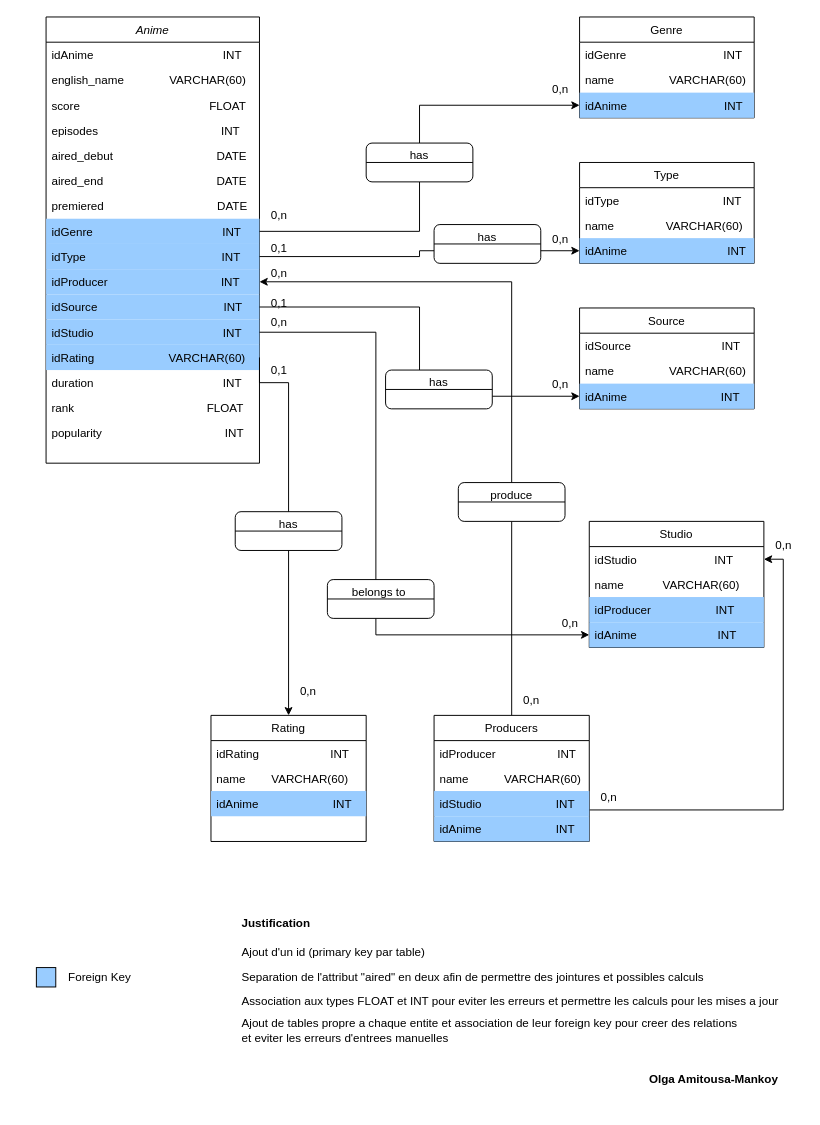
Earlier version of the draw.io diagram sql/diagram_anime.drawio (aglorhythm/-girly--devops-deployments). Source tidied: cells renumbered, new cells numbered last; positions are measured from the earlier drawing's top-left corner, leaving out a move shared by most shapes. Both pictures are drawn from the tidied source at 97%, with x=0, y=0 at pixel (36, 16).
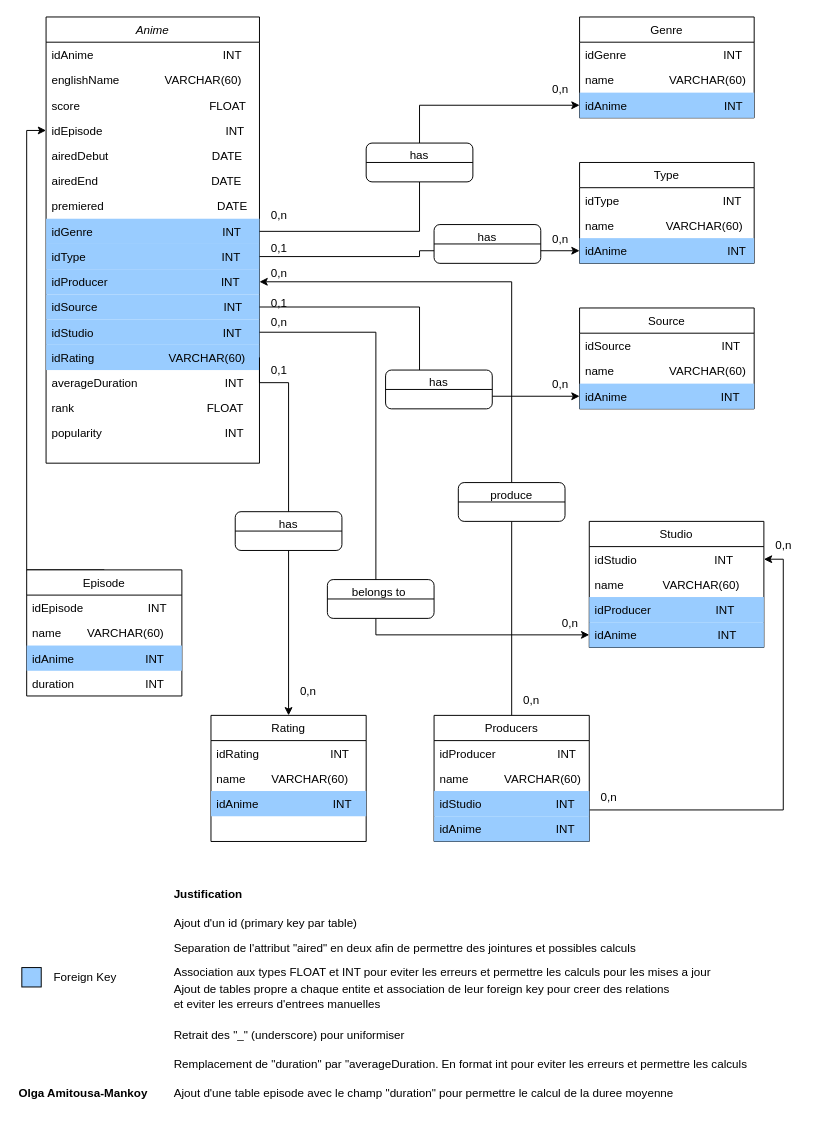
The same diagram, later.

Commit message:
Ajout d'une table diagram_anime.drawio

The change refers to these unchanged cells:
```xml
<mxCell id="2" value="Anime" style="swimlane;fontStyle=2;align=center;verticalAlign=top;horizontal=1;startSize=26;rounded=0;shadow=0;strokeWidth=1;" parent="1" vertex="1">
  <mxGeometry x="10" width="220" height="460" as="geometry" />
</mxCell>
```

Diff of the diagram source:
```diff
@@
-    <mxCell id="4" value="english_name              VARCHAR(60)" style="text;align=left;verticalAlign=top;spacingLeft=4;spacingRight=4;overflow=hidden;rounded=0;shadow=0;html=0;" parent="2" vertex="1">
+    <mxCell id="4" value="englishName              VARCHAR(60)" style="text;align=left;verticalAlign=top;spacingLeft=4;spacingRight=4;overflow=hidden;rounded=0;shadow=0;html=0;" parent="2" vertex="1">
       <mxGeometry y="52" width="220" height="26" as="geometry" />
     </mxCell>
@@
-    <mxCell id="6" value="episodes                                      INT" style="text;align=left;verticalAlign=top;spacingLeft=4;spacingRight=4;overflow=hidden;points=[[0,0.5],[1,0.5]];portConstraint=eastwest;rounded=0;shadow=0;html=0;" parent="2" vertex="1">
+    <mxCell id="6" value="idEpisode                                      INT" style="text;align=left;verticalAlign=top;spacingLeft=4;spacingRight=4;overflow=hidden;points=[[0,0.5],[1,0.5]];portConstraint=eastwest;rounded=0;shadow=0;html=0;" parent="2" vertex="1">
       <mxGeometry y="104" width="220" height="26" as="geometry" />
     </mxCell>
-    <mxCell id="7" value="aired_debut                                DATE" style="text;align=left;verticalAlign=top;spacingLeft=4;spacingRight=4;overflow=hidden;rounded=0;shadow=0;html=0;" parent="2" vertex="1">
+    <mxCell id="7" value="airedDebut                                DATE" style="text;align=left;verticalAlign=top;spacingLeft=4;spacingRight=4;overflow=hidden;rounded=0;shadow=0;html=0;" parent="2" vertex="1">
       <mxGeometry y="130" width="220" height="26" as="geometry" />
     </mxCell>
-    <mxCell id="8" value="aired_end                                   DATE" style="text;align=left;verticalAlign=top;spacingLeft=4;spacingRight=4;overflow=hidden;rounded=0;shadow=0;html=0;" parent="2" vertex="1">
+    <mxCell id="8" value="airedEnd                                   DATE" style="text;align=left;verticalAlign=top;spacingLeft=4;spacingRight=4;overflow=hidden;rounded=0;shadow=0;html=0;" parent="2" vertex="1">
       <mxGeometry y="156" width="220" height="26" as="geometry" />
     </mxCell>
@@
-    <mxCell id="16" value="duration                                        INT" style="text;align=left;verticalAlign=top;spacingLeft=4;spacingRight=4;overflow=hidden;rounded=0;shadow=0;html=0;fillColor=none;" parent="2" vertex="1">
+    <mxCell id="16" value="averageDuration                           INT" style="text;align=left;verticalAlign=top;spacingLeft=4;spacingRight=4;overflow=hidden;rounded=0;shadow=0;html=0;fillColor=none;" parent="2" vertex="1">
       <mxGeometry y="364" width="220" height="26" as="geometry" />
     </mxCell>
@@
     <mxCell id="78" style="rounded=0;whiteSpace=wrap;html=1;fillColor=#99CCFF;" parent="1" vertex="1">
-      <mxGeometry y="980" width="20" height="20" as="geometry" />
+      <mxGeometry x="-15" y="980" width="20" height="20" as="geometry" />
     </mxCell>
     <mxCell id="79" value="Foreign Key" style="text;html=1;align=center;verticalAlign=middle;strokeColor=none;fillColor=none;" parent="1" vertex="1">
-      <mxGeometry x="20" y="975" width="90" height="30" as="geometry" />
+      <mxGeometry x="5" y="975" width="90" height="30" as="geometry" />
     </mxCell>
     <mxCell id="80" value="Ajout d'un id (primary key par table)" style="text;html=1;align=left;verticalAlign=middle;strokeColor=none;fillColor=none;" parent="1" vertex="1">
-      <mxGeometry x="210" y="950" width="210" height="30" as="geometry" />
+      <mxGeometry x="140" y="920" width="210" height="30" as="geometry" />
     </mxCell>
     <mxCell id="81" value="Separation de l'attribut &quot;aired&quot; en deux afin de permettre des jointures et possibles calculs" style="text;html=1;align=left;verticalAlign=middle;strokeColor=none;fillColor=none;" parent="1" vertex="1">
-      <mxGeometry x="210" y="975" width="500" height="30" as="geometry" />
+      <mxGeometry x="140" y="945" width="500" height="30" as="geometry" />
     </mxCell>
     <mxCell id="82" value="Association aux types FLOAT et INT pour eviter les erreurs et permettre les calculs pour les mises a jour" style="text;html=1;align=left;verticalAlign=middle;strokeColor=none;fillColor=none;" parent="1" vertex="1">
-      <mxGeometry x="210" y="1000" width="580" height="30" as="geometry" />
+      <mxGeometry x="140" y="970" width="580" height="30" as="geometry" />
     </mxCell>
     <mxCell id="83" value="Ajout de tables propre a chaque entite et association de leur foreign key pour creer des relations&amp;nbsp;&lt;div&gt;et eviter les erreurs d'entrees manuelles&lt;/div&gt;" style="text;html=1;align=left;verticalAlign=middle;strokeColor=none;fillColor=none;" parent="1" vertex="1">
-      <mxGeometry x="210" y="1025" width="540" height="40" as="geometry" />
+      <mxGeometry x="140" y="990" width="540" height="40" as="geometry" />
     </mxCell>
     <mxCell id="84" value="&lt;b&gt;Justification&lt;/b&gt;" style="text;html=1;align=left;verticalAlign=middle;strokeColor=none;fillColor=none;" parent="1" vertex="1">
-      <mxGeometry x="210" y="920" width="90" height="30" as="geometry" />
+      <mxGeometry x="140" y="890" width="90" height="30" as="geometry" />
     </mxCell>
     <mxCell id="85" value="&lt;b&gt;Olga Amitousa-Mankoy&lt;/b&gt;" style="text;html=1;align=left;verticalAlign=middle;strokeColor=none;fillColor=none;" parent="1" vertex="1">
-      <mxGeometry x="630" y="1080" width="160" height="30" as="geometry" />
+      <mxGeometry x="-20" y="1095" width="160" height="30" as="geometry" />
     </mxCell>
+    <mxCell id="86" value="Retrait des &quot;_&quot; (underscore) pour uniformiser" style="text;html=1;align=left;verticalAlign=middle;strokeColor=none;fillColor=none;" parent="1" vertex="1">
+      <mxGeometry x="140" y="1035" width="260" height="30" as="geometry" />
+    </mxCell>
+    <mxCell id="87" value="Remplacement de &quot;duration&quot; par &quot;averageDuration. En format int pour eviter les erreurs et permettre les calculs" style="text;html=1;align=left;verticalAlign=middle;strokeColor=none;fillColor=none;" parent="1" vertex="1">
+      <mxGeometry x="140" y="1065" width="610" height="30" as="geometry" />
+    </mxCell>
+    <mxCell id="88" style="edgeStyle=orthogonalEdgeStyle;rounded=0;jettySize=auto;html=1;exitX=0.5;exitY=0;exitDx=0;exitDy=0;entryX=0;entryY=0.5;entryDx=0;entryDy=0;" parent="1" edge="1" source="89" target="6">
+      <mxGeometry relative="1" as="geometry">
+        <Array as="points">
+          <mxPoint x="-10" y="570" />
+          <mxPoint x="-10" y="117" />
+        </Array>
+      </mxGeometry>
+    </mxCell>
+    <mxCell id="89" value="Episode" style="swimlane;fontStyle=0;align=center;verticalAlign=top;horizontal=1;startSize=26;rounded=0;shadow=0;strokeWidth=1;" parent="1" vertex="1">
+      <mxGeometry x="-10" y="570" width="160" height="130" as="geometry" />
+    </mxCell>
+    <mxCell id="90" value="idEpisode                    INT" style="text;align=left;verticalAlign=top;spacingLeft=4;spacingRight=4;overflow=hidden;" parent="89" vertex="1">
+      <mxGeometry y="26" width="160" height="26" as="geometry" />
+    </mxCell>
+    <mxCell id="91" value="name        VARCHAR(60)" style="text;align=left;verticalAlign=top;spacingLeft=4;spacingRight=4;overflow=hidden;rounded=0;shadow=0;html=0;" parent="89" vertex="1">
+      <mxGeometry y="52" width="160" height="26" as="geometry" />
+    </mxCell>
+    <mxCell id="92" value="idAnime                      INT" style="text;align=left;verticalAlign=top;spacingLeft=4;spacingRight=4;overflow=hidden;rounded=0;shadow=0;html=0;fillColor=#99CCFF;" parent="89" vertex="1">
+      <mxGeometry y="78" width="160" height="26" as="geometry" />
+    </mxCell>
+    <mxCell id="93" value="duration                      INT" style="text;align=left;verticalAlign=top;spacingLeft=4;spacingRight=4;overflow=hidden;" parent="89" vertex="1">
+      <mxGeometry y="104" width="160" height="26" as="geometry" />
+    </mxCell>
+    <mxCell id="94" value="Ajout d'une table episode avec le champ &quot;duration&quot; pour permettre le calcul de la duree moyenne" style="text;html=1;align=left;verticalAlign=middle;strokeColor=none;fillColor=none;" parent="1" vertex="1">
+      <mxGeometry x="140" y="1095" width="540" height="30" as="geometry" />
+    </mxCell>
```
